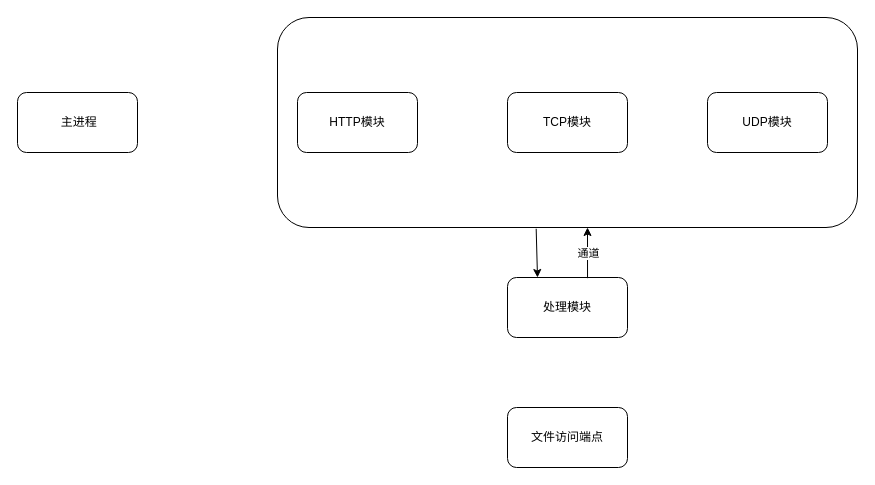
CycleZero/mini-CentralNetwork keeps this draw.io diagram as SystemGraph.drawio. Above is the earlier version. Source tidied: cells renumbered, new cells numbered last; positions are measured from the earlier drawing's top-left corner, leaving out a move shared by most shapes. Both pictures are drawn from the tidied source at 100%, with x=0, y=0 at pixel (17, 17).
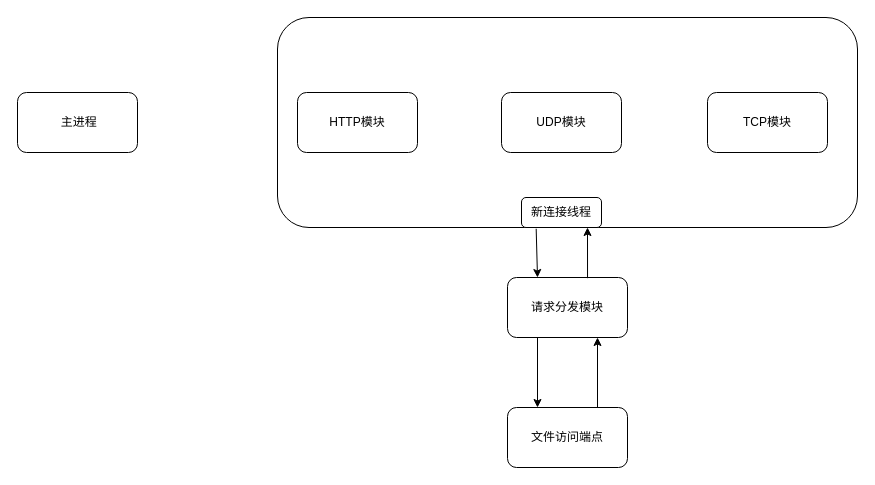
The same diagram, later.

Diff of the diagram source:
```diff
@@
 <mxGraphModel>
   <root>
     <mxCell id="0" />
     <mxCell id="1" parent="0" />
     <mxCell id="2" style="edgeStyle=none;html=1;exitX=0.446;exitY=1.006;exitDx=0;exitDy=0;entryX=0.25;entryY=0;entryDx=0;entryDy=0;exitPerimeter=0;" parent="1" edge="1" source="3" target="8">
       <mxGeometry relative="1" as="geometry" />
     </mxCell>
     <mxCell id="3" style="rounded=1;whiteSpace=wrap;html=1;" parent="1" vertex="1">
       <mxGeometry x="260" width="580" height="210" as="geometry" />
     </mxCell>
     <mxCell id="4" value="&amp;nbsp;主进程" style="rounded=1;whiteSpace=wrap;html=1;" parent="1" vertex="1">
       <mxGeometry y="75" width="120" height="60" as="geometry" />
     </mxCell>
     <mxCell id="5" value="HTTP模块" style="rounded=1;whiteSpace=wrap;html=1;" parent="1" vertex="1">
       <mxGeometry x="280" y="75" width="120" height="60" as="geometry" />
     </mxCell>
     <mxCell id="6" value="TCP模块" style="rounded=1;whiteSpace=wrap;html=1;" parent="1" vertex="1">
-      <mxGeometry x="490" y="75" width="120" height="60" as="geometry" />
+      <mxGeometry x="690" y="75" width="120" height="60" as="geometry" />
     </mxCell>
     <mxCell id="7" value="UDP模块" style="rounded=1;whiteSpace=wrap;html=1;" parent="1" vertex="1">
-      <mxGeometry x="690" y="75" width="120" height="60" as="geometry" />
+      <mxGeometry x="484" y="75" width="120" height="60" as="geometry" />
     </mxCell>
+    <mxCell id="12" style="edgeStyle=none;html=1;exitX=0.25;exitY=1;exitDx=0;exitDy=0;entryX=0.25;entryY=0;entryDx=0;entryDy=0;" parent="1" edge="1" source="8" target="9">
+      <mxGeometry relative="1" as="geometry" />
+    </mxCell>
-    <mxCell id="8" value="处理模块" style="rounded=1;whiteSpace=wrap;html=1;" parent="1" vertex="1">
+    <mxCell id="8" value="请求分发模块" style="rounded=1;whiteSpace=wrap;html=1;" parent="1" vertex="1">
       <mxGeometry x="490" y="260" width="120" height="60" as="geometry" />
     </mxCell>
+    <mxCell id="13" style="edgeStyle=none;html=1;exitX=0.75;exitY=0;exitDx=0;exitDy=0;entryX=0.75;entryY=1;entryDx=0;entryDy=0;" parent="1" edge="1" source="9" target="8">
+      <mxGeometry relative="1" as="geometry" />
+    </mxCell>
     <mxCell id="9" value="文件访问端点" style="rounded=1;whiteSpace=wrap;html=1;" parent="1" vertex="1">
       <mxGeometry x="490" y="390" width="120" height="60" as="geometry" />
     </mxCell>
     <mxCell id="10" style="endArrow=classic;html=1;exitX=0.667;exitY=0.011;exitDx=0;exitDy=0;exitPerimeter=0;" parent="1" edge="1" source="8">
       <mxGeometry relative="1" as="geometry">
         <mxPoint x="570" y="210" as="targetPoint" />
       </mxGeometry>
     </mxCell>
-    <mxCell id="11" value="通道" style="edgeLabel;html=1;align=center;verticalAlign=middle;" parent="10" vertex="1">
-      <mxGeometry relative="1" as="geometry" />
-    </mxCell>
+    <mxCell id="14" value="新连接线程" style="rounded=1;whiteSpace=wrap;html=1;" parent="1" vertex="1">
+      <mxGeometry x="504" y="180" width="80" height="30" as="geometry" />
+    </mxCell>
   </root>
 </mxGraphModel>
```
